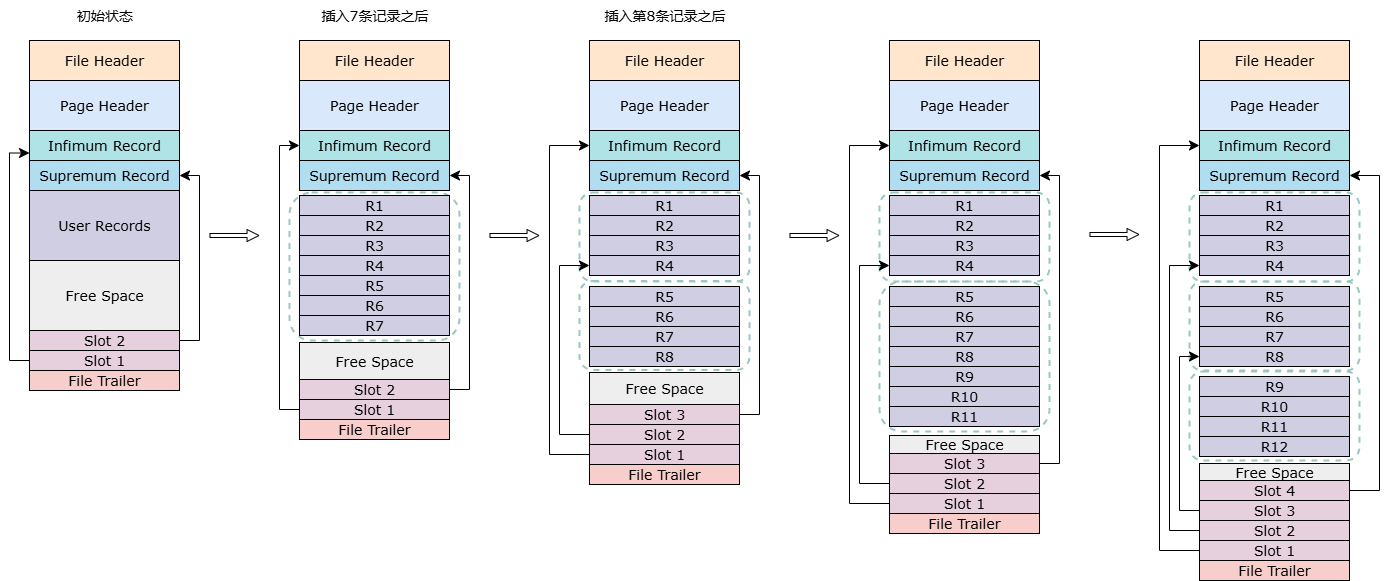
The draw.io diagram mysql/InnoDB索引页记录分组过程drawio.png in guxdong/imgrepo, before a commit. Source tidied: cells renumbered, new cells last; positions are measured from the earlier drawing's top-left corner, leaving out a move shared by most shapes.
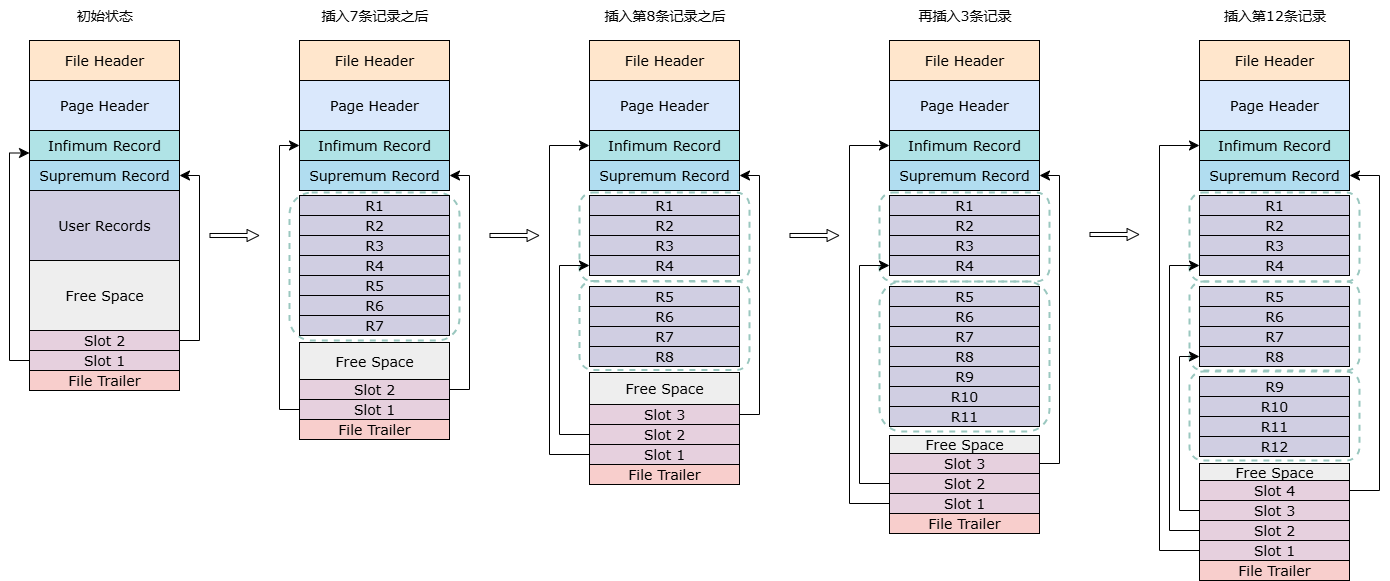
After the commit.

Commit message:
更新InnoDB索引页记录分组过程drawio.png

Diff of the diagram source:
```diff
@@ -435,5 +435,11 @@
         <mxPoint x="1130" y="234" as="targetPoint" />
       </mxGeometry>
     </mxCell>
+    <mxCell id="123" value="&lt;font style=&quot;font-size: 14px;&quot; face=&quot;Verdana&quot;&gt;再插入3条记录&lt;/font&gt;" style="text;html=1;align=center;verticalAlign=middle;strokeColor=none;fillColor=none;" parent="1" vertex="1">
+      <mxGeometry x="895" width="120" height="30" as="geometry" />
+    </mxCell>
+    <mxCell id="124" value="&lt;font style=&quot;font-size: 14px;&quot; face=&quot;Verdana&quot;&gt;插入第12条记录&lt;/font&gt;" style="text;html=1;align=center;verticalAlign=middle;strokeColor=none;fillColor=none;" parent="1" vertex="1">
+      <mxGeometry x="1200" width="130" height="30" as="geometry" />
+    </mxCell>
   </root>
 </mxGraphModel>
```
